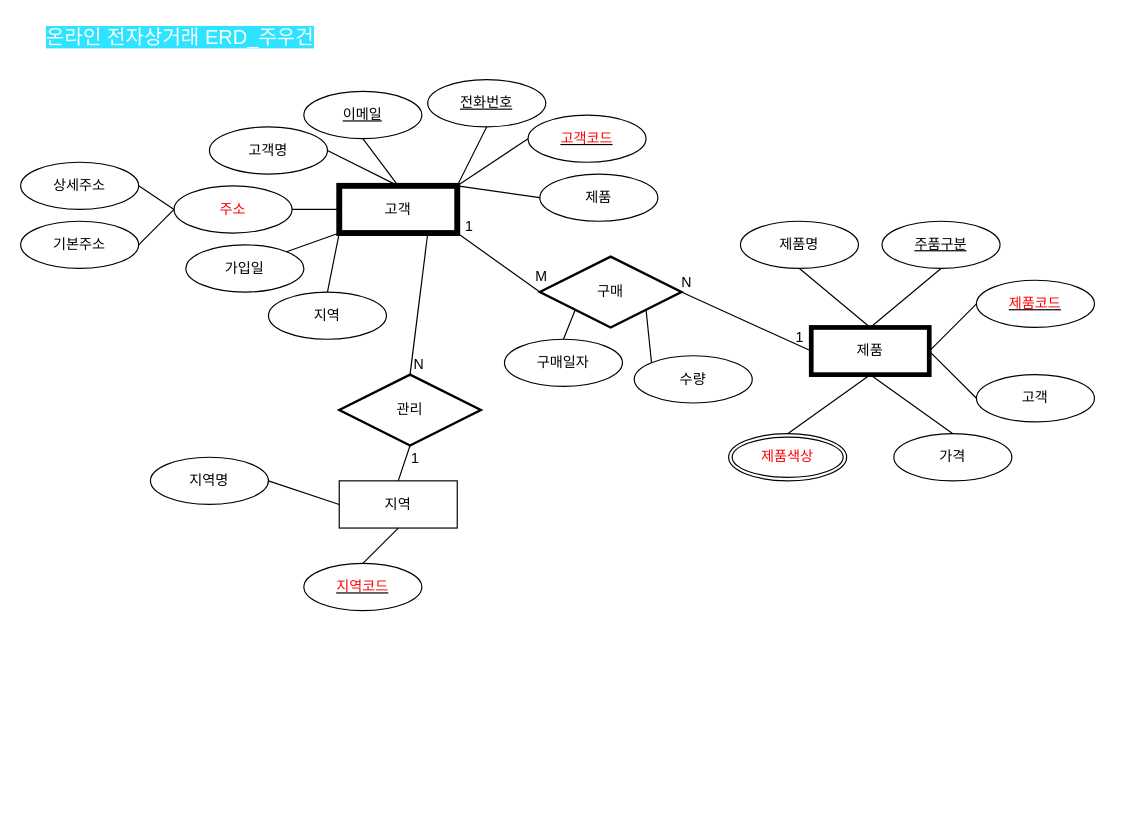
Above: product.drawio in Joowoogun/Bigdata (draw.io), before the change. Source tidied: cells renumbered, new cells numbered last; positions are measured from the earlier drawing's top-left corner, leaving out a move shared by most shapes. Both pictures are drawn from the tidied source at 118%, with x=0, y=0 at pixel (20, 20).
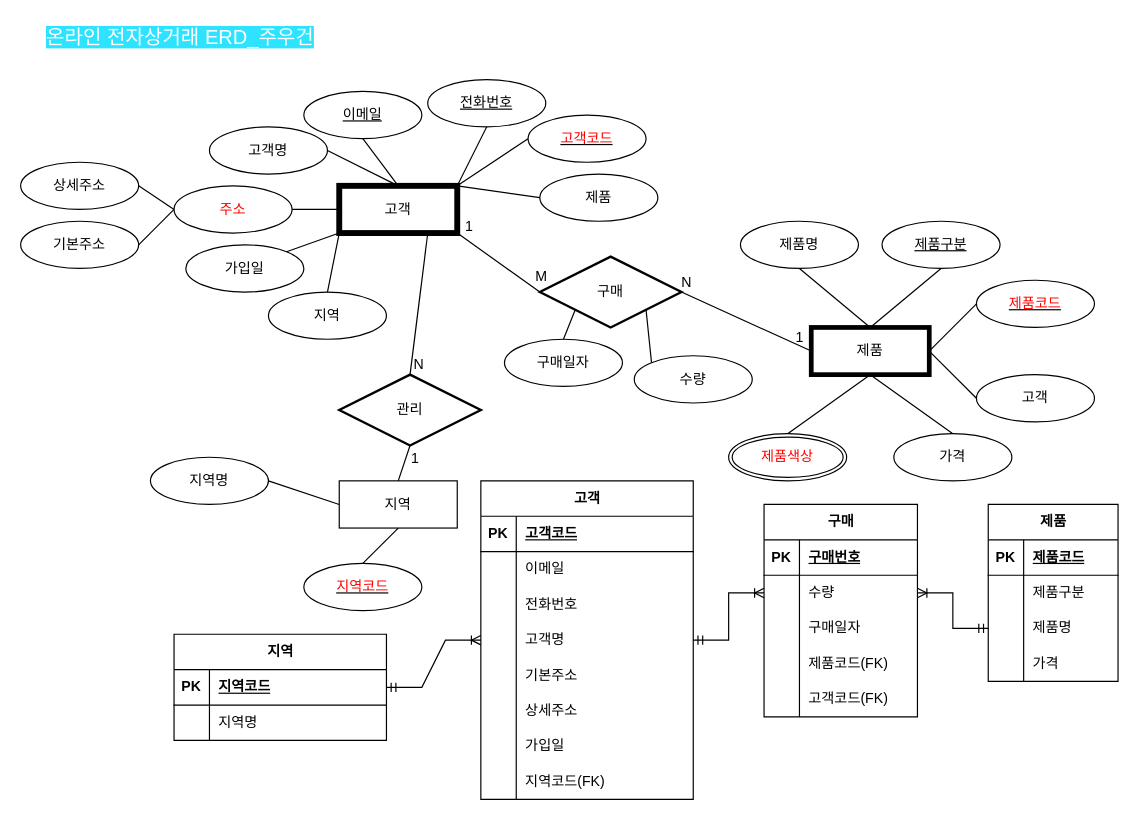
The same page after the edit.

What changed in the source:
```diff
@@
-    <mxCell id="32" value="&lt;u&gt;주품구분&lt;/u&gt;" style="ellipse;whiteSpace=wrap;html=1;align=center;" parent="1" vertex="1">
+    <mxCell id="32" value="&lt;u&gt;제품구분&lt;/u&gt;" style="ellipse;whiteSpace=wrap;html=1;align=center;" parent="1" vertex="1">
       <mxGeometry x="730" y="170" width="100" height="40" as="geometry" />
     </mxCell>
@@
+    <mxCell id="58" value="제품" style="shape=table;startSize=30;childLayout=tableLayout;rowLines=0;fontStyle=1;align=center;html=1;" parent="1" vertex="1">
+      <mxGeometry x="820" y="410" width="110" height="150" as="geometry" />
+    </mxCell>
+    <mxCell id="59" style="shape=tableRow;horizontal=0;startSize=0;swimlaneHead=0;swimlaneBody=0;fillColor=none;top=0;left=0;right=0;bottom=1;" parent="58" vertex="1">
+      <mxGeometry y="30" width="110" height="30" as="geometry" />
+    </mxCell>
+    <mxCell id="60" value="PK" style="shape=partialRectangle;fillColor=none;top=0;left=0;bottom=0;right=0;fontStyle=1;overflow=hidden;whiteSpace=wrap;html=1;" parent="59" vertex="1">
+      <mxGeometry width="30" height="30" as="geometry" />
+    </mxCell>
+    <mxCell id="61" value="제품코드" style="shape=partialRectangle;fillColor=none;top=0;left=0;bottom=0;right=0;align=left;spacingLeft=6;fontStyle=5;overflow=hidden;whiteSpace=wrap;html=1;" parent="59" vertex="1">
+      <mxGeometry x="30" width="80" height="30" as="geometry" />
+    </mxCell>
+    <mxCell id="62" style="shape=tableRow;horizontal=0;startSize=0;swimlaneHead=0;swimlaneBody=0;fillColor=none;top=0;left=0;right=0;bottom=0;" parent="58" vertex="1">
+      <mxGeometry y="60" width="110" height="30" as="geometry" />
+    </mxCell>
+    <mxCell id="63" style="shape=partialRectangle;fillColor=none;top=0;left=0;bottom=0;right=0;overflow=hidden;whiteSpace=wrap;html=1;" parent="62" vertex="1">
+      <mxGeometry width="30" height="30" as="geometry" />
+    </mxCell>
+    <mxCell id="64" value="제품구분" style="shape=partialRectangle;fillColor=none;top=0;left=0;bottom=0;right=0;align=left;spacingLeft=6;overflow=hidden;whiteSpace=wrap;html=1;" parent="62" vertex="1">
+      <mxGeometry x="30" width="80" height="30" as="geometry" />
+    </mxCell>
+    <mxCell id="65" style="shape=tableRow;horizontal=0;startSize=0;swimlaneHead=0;swimlaneBody=0;fillColor=none;points=[[0,0.5],[1,0.5]];portConstraint=eastwest;top=0;left=0;right=0;bottom=0;" parent="58" vertex="1">
+      <mxGeometry y="90" width="110" height="30" as="geometry" />
+    </mxCell>
+    <mxCell id="66" style="shape=partialRectangle;fillColor=none;top=0;left=0;bottom=0;right=0;overflow=hidden;whiteSpace=wrap;html=1;" parent="65" vertex="1">
+      <mxGeometry width="30" height="30" as="geometry" />
+    </mxCell>
+    <mxCell id="67" value="제품명" style="shape=partialRectangle;fillColor=none;top=0;left=0;bottom=0;right=0;align=left;spacingLeft=6;overflow=hidden;whiteSpace=wrap;html=1;" parent="65" vertex="1">
+      <mxGeometry x="30" width="80" height="30" as="geometry" />
+    </mxCell>
+    <mxCell id="68" style="shape=tableRow;horizontal=0;startSize=0;swimlaneHead=0;swimlaneBody=0;fillColor=none;top=0;left=0;right=0;bottom=0;" parent="58" vertex="1">
+      <mxGeometry y="120" width="110" height="30" as="geometry" />
+    </mxCell>
+    <mxCell id="69" style="shape=partialRectangle;fillColor=none;top=0;left=0;bottom=0;right=0;overflow=hidden;whiteSpace=wrap;html=1;" parent="68" vertex="1">
+      <mxGeometry width="30" height="30" as="geometry" />
+    </mxCell>
+    <mxCell id="70" value="가격" style="shape=partialRectangle;fillColor=none;top=0;left=0;bottom=0;right=0;align=left;spacingLeft=6;overflow=hidden;whiteSpace=wrap;html=1;" parent="68" vertex="1">
+      <mxGeometry x="30" width="80" height="30" as="geometry" />
+    </mxCell>
+    <mxCell id="71" value="지역" style="shape=table;startSize=30;childLayout=tableLayout;rowLines=0;fontStyle=1;align=center;html=1;" parent="1" vertex="1">
+      <mxGeometry x="130" y="520" width="180" height="90" as="geometry" />
+    </mxCell>
+    <mxCell id="72" style="shape=tableRow;horizontal=0;startSize=0;swimlaneHead=0;swimlaneBody=0;fillColor=none;points=[[0,0.5],[1,0.5]];portConstraint=eastwest;top=0;left=0;right=0;bottom=1;" parent="71" vertex="1">
+      <mxGeometry y="30" width="180" height="30" as="geometry" />
+    </mxCell>
+    <mxCell id="73" value="PK" style="shape=partialRectangle;fillColor=none;top=0;left=0;bottom=0;right=0;fontStyle=1;overflow=hidden;whiteSpace=wrap;html=1;" parent="72" vertex="1">
+      <mxGeometry width="30" height="30" as="geometry" />
+    </mxCell>
+    <mxCell id="74" value="지역코드" style="shape=partialRectangle;fillColor=none;top=0;left=0;bottom=0;right=0;align=left;spacingLeft=6;fontStyle=5;overflow=hidden;whiteSpace=wrap;html=1;" parent="72" vertex="1">
+      <mxGeometry x="30" width="150" height="30" as="geometry" />
+    </mxCell>
+    <mxCell id="75" style="shape=tableRow;horizontal=0;startSize=0;swimlaneHead=0;swimlaneBody=0;fillColor=none;top=0;left=0;right=0;bottom=0;" parent="71" vertex="1">
+      <mxGeometry y="60" width="180" height="30" as="geometry" />
+    </mxCell>
+    <mxCell id="76" style="shape=partialRectangle;fillColor=none;top=0;left=0;bottom=0;right=0;overflow=hidden;whiteSpace=wrap;html=1;" parent="75" vertex="1">
+      <mxGeometry width="30" height="30" as="geometry" />
+    </mxCell>
+    <mxCell id="77" value="지역명" style="shape=partialRectangle;fillColor=none;top=0;left=0;bottom=0;right=0;align=left;spacingLeft=6;overflow=hidden;whiteSpace=wrap;html=1;" parent="75" vertex="1">
+      <mxGeometry x="30" width="150" height="30" as="geometry" />
+    </mxCell>
+    <mxCell id="78" value="구매" style="shape=table;startSize=30;childLayout=tableLayout;rowLines=0;fontStyle=1;align=center;html=1;" parent="1" vertex="1">
+      <mxGeometry x="630" y="410" width="130" height="180" as="geometry" />
+    </mxCell>
+    <mxCell id="79" style="shape=tableRow;horizontal=0;startSize=0;swimlaneHead=0;swimlaneBody=0;fillColor=none;top=0;left=0;right=0;bottom=1;" parent="78" vertex="1">
+      <mxGeometry y="30" width="130" height="30" as="geometry" />
+    </mxCell>
+    <mxCell id="80" value="PK" style="shape=partialRectangle;fillColor=none;top=0;left=0;bottom=0;right=0;fontStyle=1;overflow=hidden;whiteSpace=wrap;html=1;" parent="79" vertex="1">
+      <mxGeometry width="30" height="30" as="geometry" />
+    </mxCell>
+    <mxCell id="81" value="구매번호" style="shape=partialRectangle;fillColor=none;top=0;left=0;bottom=0;right=0;align=left;spacingLeft=6;fontStyle=5;overflow=hidden;whiteSpace=wrap;html=1;" parent="79" vertex="1">
+      <mxGeometry x="30" width="100" height="30" as="geometry" />
+    </mxCell>
+    <mxCell id="82" style="shape=tableRow;horizontal=0;startSize=0;swimlaneHead=0;swimlaneBody=0;fillColor=none;points=[[0,0.5],[1,0.5]];portConstraint=eastwest;top=0;left=0;right=0;bottom=0;" parent="78" vertex="1">
+      <mxGeometry y="60" width="130" height="30" as="geometry" />
+    </mxCell>
+    <mxCell id="83" style="shape=partialRectangle;fillColor=none;top=0;left=0;bottom=0;right=0;overflow=hidden;whiteSpace=wrap;html=1;" parent="82" vertex="1">
+      <mxGeometry width="30" height="30" as="geometry" />
+    </mxCell>
+    <mxCell id="84" value="수량" style="shape=partialRectangle;fillColor=none;top=0;left=0;bottom=0;right=0;align=left;spacingLeft=6;overflow=hidden;whiteSpace=wrap;html=1;" parent="82" vertex="1">
+      <mxGeometry x="30" width="100" height="30" as="geometry" />
+    </mxCell>
+    <mxCell id="85" style="shape=tableRow;horizontal=0;startSize=0;swimlaneHead=0;swimlaneBody=0;fillColor=none;top=0;left=0;right=0;bottom=0;" parent="78" vertex="1">
+      <mxGeometry y="90" width="130" height="30" as="geometry" />
+    </mxCell>
+    <mxCell id="86" style="shape=partialRectangle;fillColor=none;top=0;left=0;bottom=0;right=0;overflow=hidden;whiteSpace=wrap;html=1;" parent="85" vertex="1">
+      <mxGeometry width="30" height="30" as="geometry" />
+    </mxCell>
+    <mxCell id="87" value="구매일자" style="shape=partialRectangle;fillColor=none;top=0;left=0;bottom=0;right=0;align=left;spacingLeft=6;overflow=hidden;whiteSpace=wrap;html=1;" parent="85" vertex="1">
+      <mxGeometry x="30" width="100" height="30" as="geometry" />
+    </mxCell>
+    <mxCell id="88" style="shape=tableRow;horizontal=0;startSize=0;swimlaneHead=0;swimlaneBody=0;fillColor=none;top=0;left=0;right=0;bottom=0;" parent="78" vertex="1">
+      <mxGeometry y="120" width="130" height="30" as="geometry" />
+    </mxCell>
+    <mxCell id="89" style="shape=partialRectangle;fillColor=none;top=0;left=0;bottom=0;right=0;overflow=hidden;whiteSpace=wrap;html=1;" parent="88" vertex="1">
+      <mxGeometry width="30" height="30" as="geometry" />
+    </mxCell>
+    <mxCell id="90" value="제품코드(FK)" style="shape=partialRectangle;fillColor=none;top=0;left=0;bottom=0;right=0;align=left;spacingLeft=6;overflow=hidden;whiteSpace=wrap;html=1;" parent="88" vertex="1">
+      <mxGeometry x="30" width="100" height="30" as="geometry" />
+    </mxCell>
+    <mxCell id="91" style="shape=tableRow;horizontal=0;startSize=0;swimlaneHead=0;swimlaneBody=0;fillColor=none;top=0;left=0;right=0;bottom=0;" parent="78" vertex="1">
+      <mxGeometry y="150" width="130" height="30" as="geometry" />
+    </mxCell>
+    <mxCell id="92" style="shape=partialRectangle;fillColor=none;top=0;left=0;bottom=0;right=0;overflow=hidden;whiteSpace=wrap;html=1;" parent="91" vertex="1">
+      <mxGeometry width="30" height="30" as="geometry" />
+    </mxCell>
+    <mxCell id="93" value="고객코드(FK)" style="shape=partialRectangle;fillColor=none;top=0;left=0;bottom=0;right=0;align=left;spacingLeft=6;overflow=hidden;whiteSpace=wrap;html=1;" parent="91" vertex="1">
+      <mxGeometry x="30" width="100" height="30" as="geometry" />
+    </mxCell>
+    <mxCell id="94" value="고객" style="shape=table;startSize=30;childLayout=tableLayout;rowLines=0;fontStyle=1;align=center;html=1;" parent="1" vertex="1">
+      <mxGeometry x="390" y="390" width="180" height="270" as="geometry" />
+    </mxCell>
+    <mxCell id="95" style="shape=tableRow;horizontal=0;startSize=0;swimlaneHead=0;swimlaneBody=0;fillColor=none;top=0;left=0;right=0;bottom=1;" parent="94" vertex="1">
+      <mxGeometry y="30" width="180" height="30" as="geometry" />
+    </mxCell>
+    <mxCell id="96" value="PK" style="shape=partialRectangle;fillColor=none;top=0;left=0;bottom=0;right=0;fontStyle=1;overflow=hidden;whiteSpace=wrap;html=1;" parent="95" vertex="1">
+      <mxGeometry width="30" height="30" as="geometry" />
+    </mxCell>
+    <mxCell id="97" value="고객코드" style="shape=partialRectangle;fillColor=none;top=0;left=0;bottom=0;right=0;align=left;spacingLeft=6;fontStyle=5;overflow=hidden;whiteSpace=wrap;html=1;" parent="95" vertex="1">
+      <mxGeometry x="30" width="150" height="30" as="geometry" />
+    </mxCell>
+    <mxCell id="98" style="shape=tableRow;horizontal=0;startSize=0;swimlaneHead=0;swimlaneBody=0;fillColor=none;top=0;left=0;right=0;bottom=0;" parent="94" vertex="1">
+      <mxGeometry y="60" width="180" height="30" as="geometry" />
+    </mxCell>
+    <mxCell id="99" style="shape=partialRectangle;fillColor=none;top=0;left=0;bottom=0;right=0;overflow=hidden;whiteSpace=wrap;html=1;" parent="98" vertex="1">
+      <mxGeometry width="30" height="30" as="geometry" />
+    </mxCell>
+    <mxCell id="100" value="이메일" style="shape=partialRectangle;fillColor=none;top=0;left=0;bottom=0;right=0;align=left;spacingLeft=6;overflow=hidden;whiteSpace=wrap;html=1;" parent="98" vertex="1">
+      <mxGeometry x="30" width="150" height="30" as="geometry" />
+    </mxCell>
+    <mxCell id="101" style="shape=tableRow;horizontal=0;startSize=0;swimlaneHead=0;swimlaneBody=0;fillColor=none;top=0;left=0;right=0;bottom=0;" parent="94" vertex="1">
+      <mxGeometry y="90" width="180" height="30" as="geometry" />
+    </mxCell>
+    <mxCell id="102" style="shape=partialRectangle;fillColor=none;top=0;left=0;bottom=0;right=0;overflow=hidden;whiteSpace=wrap;html=1;" parent="101" vertex="1">
+      <mxGeometry width="30" height="30" as="geometry" />
+    </mxCell>
+    <mxCell id="103" value="전화번호" style="shape=partialRectangle;fillColor=none;top=0;left=0;bottom=0;right=0;align=left;spacingLeft=6;overflow=hidden;whiteSpace=wrap;html=1;" parent="101" vertex="1">
+      <mxGeometry x="30" width="150" height="30" as="geometry" />
+    </mxCell>
+    <mxCell id="104" style="shape=tableRow;horizontal=0;startSize=0;swimlaneHead=0;swimlaneBody=0;fillColor=none;points=[[0,0.5],[1,0.5]];portConstraint=eastwest;top=0;left=0;right=0;bottom=0;" parent="94" vertex="1">
+      <mxGeometry y="120" width="180" height="30" as="geometry" />
+    </mxCell>
+    <mxCell id="105" style="shape=partialRectangle;fillColor=none;top=0;left=0;bottom=0;right=0;overflow=hidden;whiteSpace=wrap;html=1;" parent="104" vertex="1">
+      <mxGeometry width="30" height="30" as="geometry" />
+    </mxCell>
+    <mxCell id="106" value="고객명" style="shape=partialRectangle;fillColor=none;top=0;left=0;bottom=0;right=0;align=left;spacingLeft=6;overflow=hidden;whiteSpace=wrap;html=1;" parent="104" vertex="1">
+      <mxGeometry x="30" width="150" height="30" as="geometry" />
+    </mxCell>
+    <mxCell id="107" style="shape=tableRow;horizontal=0;startSize=0;swimlaneHead=0;swimlaneBody=0;fillColor=none;top=0;left=0;right=0;bottom=0;" parent="94" vertex="1">
+      <mxGeometry y="150" width="180" height="30" as="geometry" />
+    </mxCell>
+    <mxCell id="108" style="shape=partialRectangle;fillColor=none;top=0;left=0;bottom=0;right=0;overflow=hidden;whiteSpace=wrap;html=1;" parent="107" vertex="1">
+      <mxGeometry width="30" height="30" as="geometry" />
+    </mxCell>
+    <mxCell id="109" value="기본주소" style="shape=partialRectangle;fillColor=none;top=0;left=0;bottom=0;right=0;align=left;spacingLeft=6;overflow=hidden;whiteSpace=wrap;html=1;" parent="107" vertex="1">
+      <mxGeometry x="30" width="150" height="30" as="geometry" />
+    </mxCell>
+    <mxCell id="110" style="shape=tableRow;horizontal=0;startSize=0;swimlaneHead=0;swimlaneBody=0;fillColor=none;top=0;left=0;right=0;bottom=0;" parent="94" vertex="1">
+      <mxGeometry y="180" width="180" height="30" as="geometry" />
+    </mxCell>
+    <mxCell id="111" style="shape=partialRectangle;fillColor=none;top=0;left=0;bottom=0;right=0;overflow=hidden;whiteSpace=wrap;html=1;" parent="110" vertex="1">
+      <mxGeometry width="30" height="30" as="geometry" />
+    </mxCell>
+    <mxCell id="112" value="상세주소" style="shape=partialRectangle;fillColor=none;top=0;left=0;bottom=0;right=0;align=left;spacingLeft=6;overflow=hidden;whiteSpace=wrap;html=1;" parent="110" vertex="1">
+      <mxGeometry x="30" width="150" height="30" as="geometry" />
+    </mxCell>
+    <mxCell id="113" style="shape=tableRow;horizontal=0;startSize=0;swimlaneHead=0;swimlaneBody=0;fillColor=none;top=0;left=0;right=0;bottom=0;" parent="94" vertex="1">
+      <mxGeometry y="210" width="180" height="30" as="geometry" />
+    </mxCell>
+    <mxCell id="114" style="shape=partialRectangle;fillColor=none;top=0;left=0;bottom=0;right=0;overflow=hidden;whiteSpace=wrap;html=1;" parent="113" vertex="1">
+      <mxGeometry width="30" height="30" as="geometry" />
+    </mxCell>
+    <mxCell id="115" value="가입일" style="shape=partialRectangle;fillColor=none;top=0;left=0;bottom=0;right=0;align=left;spacingLeft=6;overflow=hidden;whiteSpace=wrap;html=1;" parent="113" vertex="1">
+      <mxGeometry x="30" width="150" height="30" as="geometry" />
+    </mxCell>
+    <mxCell id="116" style="shape=tableRow;horizontal=0;startSize=0;swimlaneHead=0;swimlaneBody=0;fillColor=none;top=0;left=0;right=0;bottom=0;" parent="94" vertex="1">
+      <mxGeometry y="240" width="180" height="30" as="geometry" />
+    </mxCell>
+    <mxCell id="117" style="shape=partialRectangle;fillColor=none;top=0;left=0;bottom=0;right=0;overflow=hidden;whiteSpace=wrap;html=1;" parent="116" vertex="1">
+      <mxGeometry width="30" height="30" as="geometry" />
+    </mxCell>
+    <mxCell id="118" value="지역코드(FK)" style="shape=partialRectangle;fillColor=none;top=0;left=0;bottom=0;right=0;align=left;spacingLeft=6;overflow=hidden;whiteSpace=wrap;html=1;" parent="116" vertex="1">
+      <mxGeometry x="30" width="150" height="30" as="geometry" />
+    </mxCell>
+    <mxCell id="119" style="edgeStyle=entityRelationEdgeStyle;fontSize=12;html=1;endArrow=ERoneToMany;startArrow=ERmandOne;rounded=0;entryX=0;entryY=0.5;entryDx=0;entryDy=0;exitX=1;exitY=0.5;exitDx=0;exitDy=0;" parent="1" edge="1" source="72" target="104">
+      <mxGeometry relative="1" as="geometry">
+        <Array as="points">
+          <mxPoint x="310" y="720" />
+        </Array>
+      </mxGeometry>
+    </mxCell>
+    <mxCell id="120" style="edgeStyle=entityRelationEdgeStyle;fontSize=12;html=1;endArrow=ERoneToMany;startArrow=ERmandOne;rounded=0;entryX=0;entryY=0.5;entryDx=0;entryDy=0;exitX=1;exitY=0.5;exitDx=0;exitDy=0;" parent="1" edge="1" source="104" target="82">
+      <mxGeometry relative="1" as="geometry" />
+    </mxCell>
+    <mxCell id="121" style="edgeStyle=entityRelationEdgeStyle;fontSize=12;html=1;endArrow=ERoneToMany;startArrow=ERmandOne;rounded=0;entryX=1;entryY=0.5;entryDx=0;entryDy=0;exitX=0;exitY=0.5;exitDx=0;exitDy=0;" parent="1" edge="1" source="65" target="82">
+      <mxGeometry relative="1" as="geometry" />
+    </mxCell>
```
